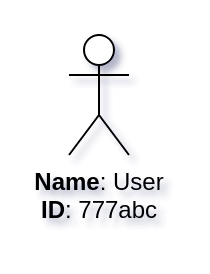
Before: docs/docs/core-components/output/drawio/actor.drawio in tsypuk/multicloud-diagrams, a draw.io diagram. Source tidied: cells renumbered, new cells numbered last; positions are measured from the earlier drawing's top-left corner, leaving out a move shared by most shapes. Both pictures are drawn from the tidied source at 200%, with x=0, y=0 at pixel (68, 34).
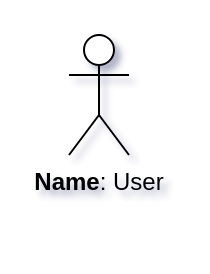
The same diagram, later.

What changed in the source:
```diff
@@
 <mxGraphModel shadow="1">
   <root>
     <mxCell id="0" />
     <mxCell id="1" parent="0" />
-    <mxCell id="2" value="&lt;b&gt;Name&lt;/b&gt;: User&lt;BR&gt;&lt;b&gt;ID&lt;/b&gt;: 777abc" style="shape=umlActor;verticalLabelPosition=bottom;verticalAlign=top;html=1;" parent="1" vertex="1">
+    <mxCell id="2" value="&lt;b&gt;Name&lt;/b&gt;: User" style="shape=umlActor;verticalLabelPosition=bottom;verticalAlign=top;html=1;" parent="1" vertex="1">
       <mxGeometry width="30" height="60" as="geometry" />
     </mxCell>
   </root>
 </mxGraphModel>
```
